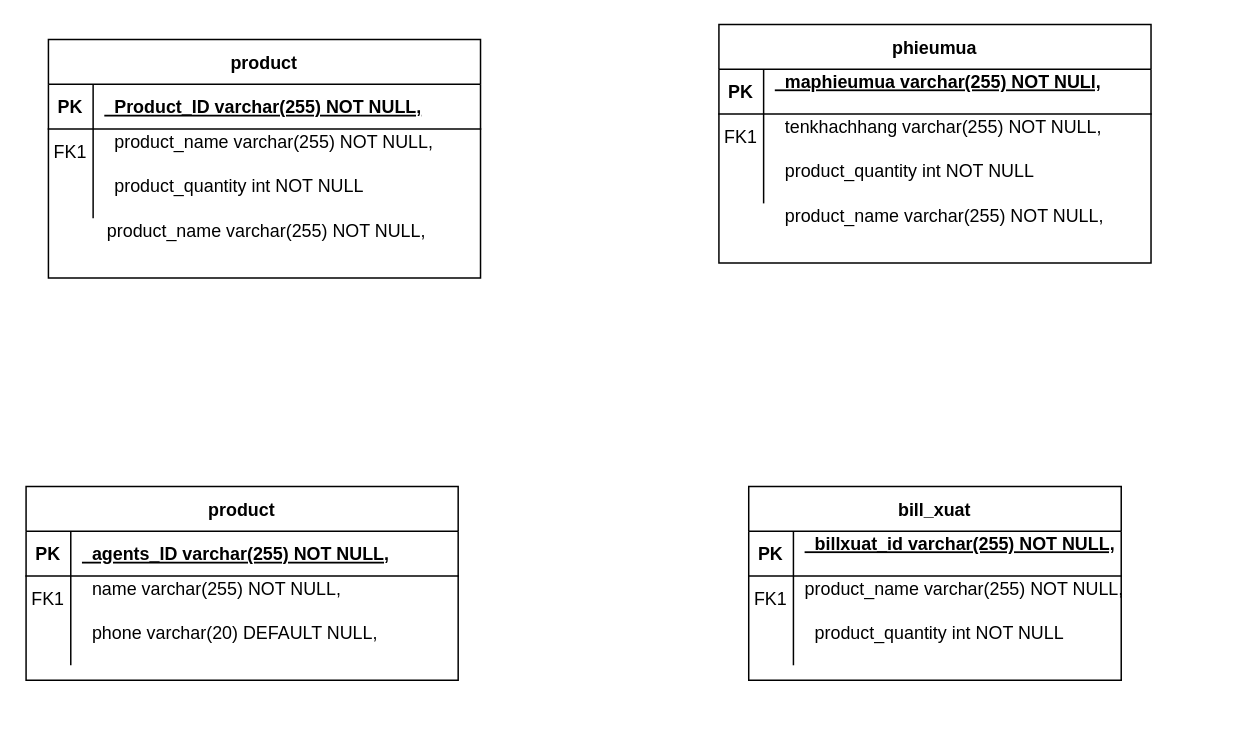
This is Untitled Diagram.drawio from emtucobac/final_exam, a draw.io file, before an edit. Source tidied: cells renumbered, new cells numbered last; positions are measured from the earlier drawing's top-left corner, leaving out a move shared by most shapes. Both pictures are drawn from the tidied source at 149%, with x=0, y=0 at pixel (25, 24).
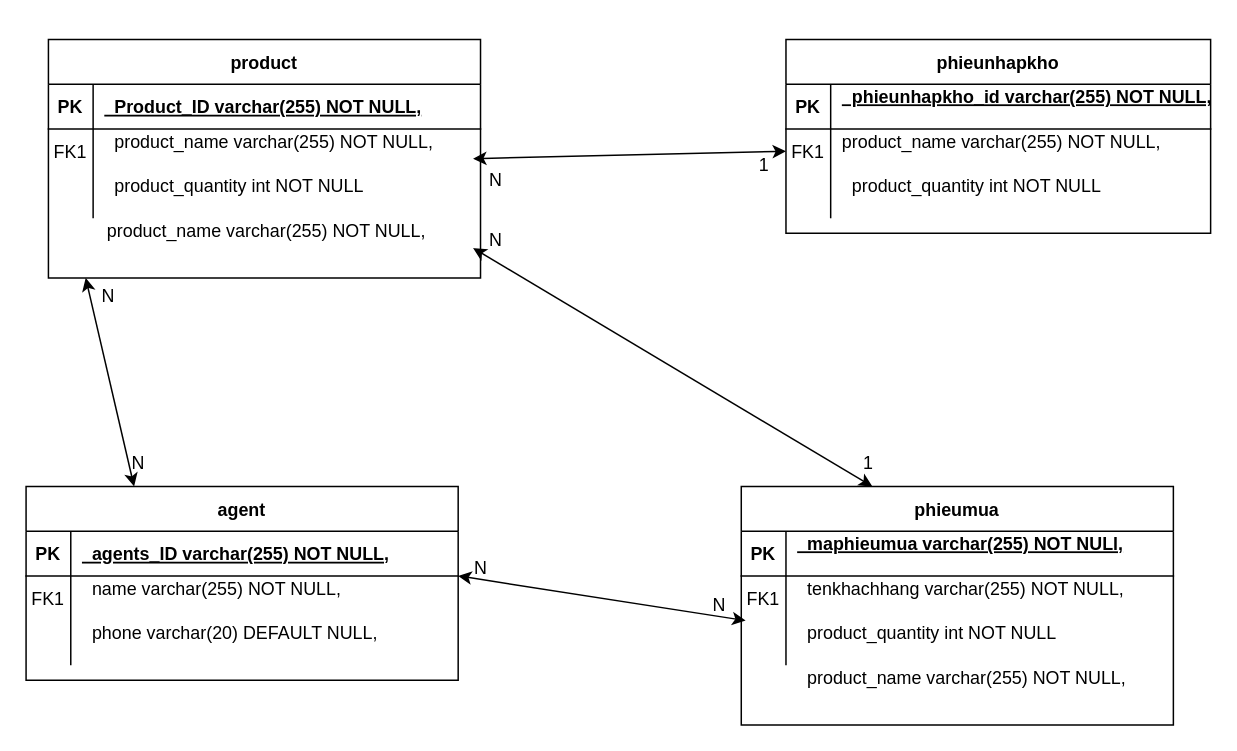
After the change.

The change refers to these unchanged cells:
```xml
<mxCell id="9" style="shape=partialRectangle;fillColor=none;points=[[0,0.5],[1,0.5]];portConstraint=eastwest;top=0;left=0;right=0;bottom=0;" parent="2" vertex="1">
  <mxGeometry y="90" width="290" height="30" as="geometry" />
</mxCell>
```

The edit, as a diff of the source:
```diff
@@
     <mxCell id="2" value="phieumua" style="shape=table;startSize=30;childLayout=tableLayout;rowLines=0;fontStyle=1;align=center;" parent="1" vertex="1">
-      <mxGeometry x="465" width="290" height="160" as="geometry" />
+      <mxGeometry x="480" y="310" width="290" height="160" as="geometry" />
     </mxCell>
@@
-    <mxCell id="12" value="bill_xuat" style="shape=table;startSize=30;childLayout=tableLayout;rowLines=0;fontStyle=1;align=center;" parent="1" vertex="1">
-      <mxGeometry x="485" y="310" width="250" height="130" as="geometry" />
+    <mxCell id="12" value="phieunhapkho" style="shape=table;startSize=30;childLayout=tableLayout;rowLines=0;fontStyle=1;align=center;" parent="1" vertex="1">
+      <mxGeometry x="510" y="10" width="285" height="130" as="geometry" />
     </mxCell>
     <mxCell id="13" style="shape=partialRectangle;fillColor=none;top=0;left=0;right=0;bottom=1;" parent="12" vertex="1">
-      <mxGeometry y="30" width="250" height="30" as="geometry" />
+      <mxGeometry y="30" width="285" height="30" as="geometry" />
     </mxCell>
@@
-    <mxCell id="15" value="  billxuat_id varchar(255) NOT NULL,&#10;" style="shape=partialRectangle;overflow=hidden;fillColor=none;top=0;left=0;bottom=0;right=0;align=left;spacingLeft=6;fontStyle=5;" parent="13" vertex="1">
-      <mxGeometry x="30" width="220" height="30" as="geometry" />
+    <mxCell id="15" value="  phieunhapkho_id varchar(255) NOT NULL,&#10;" style="shape=partialRectangle;overflow=hidden;fillColor=none;top=0;left=0;bottom=0;right=0;align=left;spacingLeft=6;fontStyle=5;" parent="13" vertex="1">
+      <mxGeometry x="30" width="255" height="30" as="geometry" />
     </mxCell>
     <mxCell id="16" style="shape=partialRectangle;fillColor=none;points=[[0,0.5],[1,0.5]];portConstraint=eastwest;top=0;left=0;right=0;bottom=0;" parent="12" vertex="1">
-      <mxGeometry y="60" width="250" height="30" as="geometry" />
+      <mxGeometry y="60" width="285" height="30" as="geometry" />
     </mxCell>
@@
     <mxCell id="18" value="product_name varchar(255) NOT NULL,&#10;" style="shape=partialRectangle;overflow=hidden;fillColor=none;top=0;left=0;bottom=0;right=0;align=left;spacingLeft=6;" parent="16" vertex="1">
-      <mxGeometry x="30" width="220" height="30" as="geometry" />
+      <mxGeometry x="30" width="255" height="30" as="geometry" />
     </mxCell>
     <mxCell id="19" style="shape=partialRectangle;fillColor=none;top=0;left=0;right=0;bottom=0;" parent="12" vertex="1">
-      <mxGeometry y="90" width="250" height="30" as="geometry" />
+      <mxGeometry y="90" width="285" height="30" as="geometry" />
     </mxCell>
@@
     <mxCell id="21" value="  product_quantity int NOT NULL&#10;" style="shape=partialRectangle;overflow=hidden;fillColor=none;top=0;left=0;bottom=0;right=0;align=left;spacingLeft=6;" parent="19" vertex="1">
-      <mxGeometry x="30" width="220" height="30" as="geometry" />
+      <mxGeometry x="30" width="255" height="30" as="geometry" />
     </mxCell>
     <mxCell id="22" value="  product_name varchar(255) NOT NULL,&#10;" style="shape=partialRectangle;overflow=hidden;fillColor=none;top=0;left=0;bottom=0;right=0;align=left;spacingLeft=6;" parent="1" vertex="1">
-      <mxGeometry x="495" y="120" width="260" height="30" as="geometry" />
+      <mxGeometry x="510" y="430" width="260" height="30" as="geometry" />
     </mxCell>
@@
-    <mxCell id="34" value="product" style="shape=table;startSize=30;childLayout=tableLayout;rowLines=0;fontStyle=1;align=center;" parent="1" vertex="1">
+    <mxCell id="34" value="agent" style="shape=table;startSize=30;childLayout=tableLayout;rowLines=0;fontStyle=1;align=center;" parent="1" vertex="1">
       <mxGeometry y="310" width="290" height="130" as="geometry" />
     </mxCell>
@@
+    <mxCell id="44" style="endArrow=classic;startArrow=classic;html=1;rounded=0;exitX=0.25;exitY=0;exitDx=0;exitDy=0;" parent="1" edge="1" source="34">
+      <mxGeometry relative="1" as="geometry">
+        <mxPoint x="40" y="170" as="targetPoint" />
+      </mxGeometry>
+    </mxCell>
+    <mxCell id="45" value="N" style="text;html=1;align=center;verticalAlign=middle;strokeColor=none;fillColor=none;" parent="1" vertex="1">
+      <mxGeometry x="40" y="168" width="30" height="30" as="geometry" />
+    </mxCell>
+    <mxCell id="46" value="N" style="text;html=1;align=center;verticalAlign=middle;strokeColor=none;fillColor=none;" parent="1" vertex="1">
+      <mxGeometry x="60" y="280" width="30" height="30" as="geometry" />
+    </mxCell>
+    <mxCell id="47" style="endArrow=classic;startArrow=classic;html=1;rounded=0;entryX=0.01;entryY=0;entryDx=0;entryDy=0;entryPerimeter=0;" parent="1" edge="1" target="9">
+      <mxGeometry relative="1" as="geometry">
+        <mxPoint x="290" y="370" as="sourcePoint" />
+      </mxGeometry>
+    </mxCell>
+    <mxCell id="48" value="N" style="text;html=1;align=center;verticalAlign=middle;strokeColor=none;fillColor=none;" parent="1" vertex="1">
+      <mxGeometry x="290" y="350" width="30" height="30" as="geometry" />
+    </mxCell>
+    <mxCell id="49" value="N" style="text;html=1;align=center;verticalAlign=middle;strokeColor=none;fillColor=none;" parent="1" vertex="1">
+      <mxGeometry x="450" y="375" width="30" height="30" as="geometry" />
+    </mxCell>
+    <mxCell id="50" style="endArrow=classic;startArrow=classic;html=1;rounded=0;entryX=0;entryY=0.5;entryDx=0;entryDy=0;" parent="1" edge="1" target="16">
+      <mxGeometry relative="1" as="geometry">
+        <mxPoint x="300" y="90" as="sourcePoint" />
+      </mxGeometry>
+    </mxCell>
+    <mxCell id="51" value="N" style="text;html=1;align=center;verticalAlign=middle;strokeColor=none;fillColor=none;" parent="1" vertex="1">
+      <mxGeometry x="300" y="90" width="30" height="30" as="geometry" />
+    </mxCell>
+    <mxCell id="52" value="1" style="text;html=1;align=center;verticalAlign=middle;strokeColor=none;fillColor=none;" parent="1" vertex="1">
+      <mxGeometry x="480" y="80" width="30" height="30" as="geometry" />
+    </mxCell>
+    <mxCell id="53" style="endArrow=classic;startArrow=classic;html=1;rounded=0;entryX=0.01;entryY=0;entryDx=0;entryDy=0;entryPerimeter=0;" parent="1" edge="1">
+      <mxGeometry relative="1" as="geometry">
+        <mxPoint x="300" y="150" as="sourcePoint" />
+        <mxPoint x="568" y="310" as="targetPoint" />
+      </mxGeometry>
+    </mxCell>
+    <mxCell id="54" value="N" style="text;html=1;align=center;verticalAlign=middle;strokeColor=none;fillColor=none;" parent="1" vertex="1">
+      <mxGeometry x="300" y="130" width="30" height="30" as="geometry" />
+    </mxCell>
+    <mxCell id="55" value="1" style="text;html=1;align=center;verticalAlign=middle;strokeColor=none;fillColor=none;" parent="1" vertex="1">
+      <mxGeometry x="550" y="280" width="30" height="30" as="geometry" />
+    </mxCell>
```
